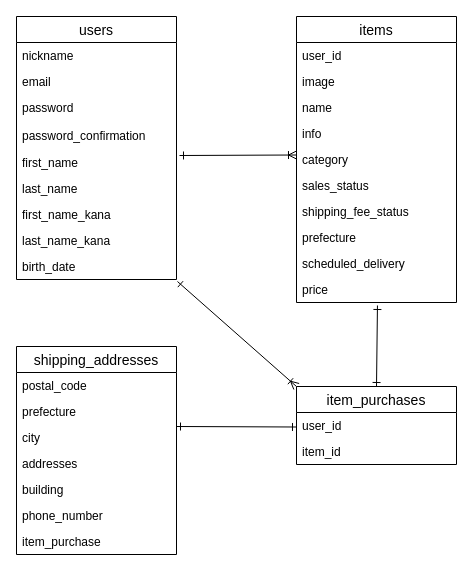
kentaroupstream/furima-29337 keeps this draw.io diagram as app/models/ER.dio. Above is the earlier version. Source tidied: cells renumbered, new cells numbered last; positions are measured from the earlier drawing's top-left corner, leaving out a move shared by most shapes. Both pictures are drawn from the tidied source at 100%, with x=0, y=0 at pixel (16, 16).
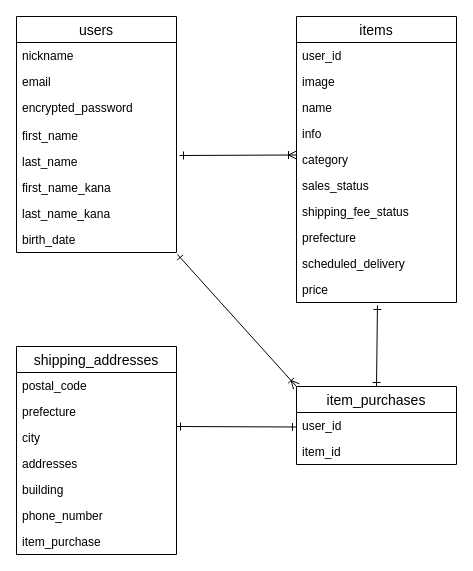
The same diagram, later.

Change to the diagram source:
```diff
@@
     <mxCell id="2" value="users" style="swimlane;fontStyle=0;horizontal=1;startSize=26;align=center;fontSize=14;" parent="1" vertex="1">
-      <mxGeometry width="160" height="263" as="geometry" />
+      <mxGeometry width="160" height="236" as="geometry" />
     </mxCell>
@@
-    <mxCell id="5" value="password" style="text;strokeColor=none;fillColor=none;spacingLeft=4;spacingRight=4;overflow=hidden;fontSize=12;" parent="2" vertex="1">
+    <mxCell id="5" value="encrypted_password" style="text;strokeColor=none;fillColor=none;spacingLeft=4;spacingRight=4;overflow=hidden;fontSize=12;" parent="2" vertex="1">
       <mxGeometry y="78" width="160" height="28" as="geometry" />
     </mxCell>
-    <mxCell id="6" value="password_confirmation" style="text;strokeColor=none;fillColor=none;spacingLeft=4;spacingRight=4;overflow=hidden;fontSize=12;" parent="2" vertex="1">
-      <mxGeometry y="106" width="160" height="27" as="geometry" />
-    </mxCell>
     <mxCell id="7" value="first_name" style="text;strokeColor=none;fillColor=none;spacingLeft=4;spacingRight=4;overflow=hidden;fontSize=12;" parent="2" vertex="1">
-      <mxGeometry y="133" width="160" height="26" as="geometry" />
+      <mxGeometry y="106" width="160" height="26" as="geometry" />
     </mxCell>
     <mxCell id="8" value="last_name" style="text;strokeColor=none;fillColor=none;spacingLeft=4;spacingRight=4;overflow=hidden;fontSize=12;" parent="2" vertex="1">
-      <mxGeometry y="159" width="160" height="26" as="geometry" />
+      <mxGeometry y="132" width="160" height="26" as="geometry" />
     </mxCell>
     <mxCell id="9" value="first_name_kana" style="text;strokeColor=none;fillColor=none;spacingLeft=4;spacingRight=4;overflow=hidden;fontSize=12;" parent="2" vertex="1">
-      <mxGeometry y="185" width="160" height="26" as="geometry" />
+      <mxGeometry y="158" width="160" height="26" as="geometry" />
     </mxCell>
     <mxCell id="10" value="last_name_kana" style="text;strokeColor=none;fillColor=none;spacingLeft=4;spacingRight=4;overflow=hidden;fontSize=12;" parent="2" vertex="1">
-      <mxGeometry y="211" width="160" height="26" as="geometry" />
+      <mxGeometry y="184" width="160" height="26" as="geometry" />
     </mxCell>
     <mxCell id="11" value="birth_date" style="text;strokeColor=none;fillColor=none;spacingLeft=4;spacingRight=4;overflow=hidden;points=[[0,0.5],[1,0.5]];portConstraint=eastwest;fontSize=12;" parent="2" vertex="1">
-      <mxGeometry y="237" width="160" height="26" as="geometry" />
+      <mxGeometry y="210" width="160" height="26" as="geometry" />
     </mxCell>
```
